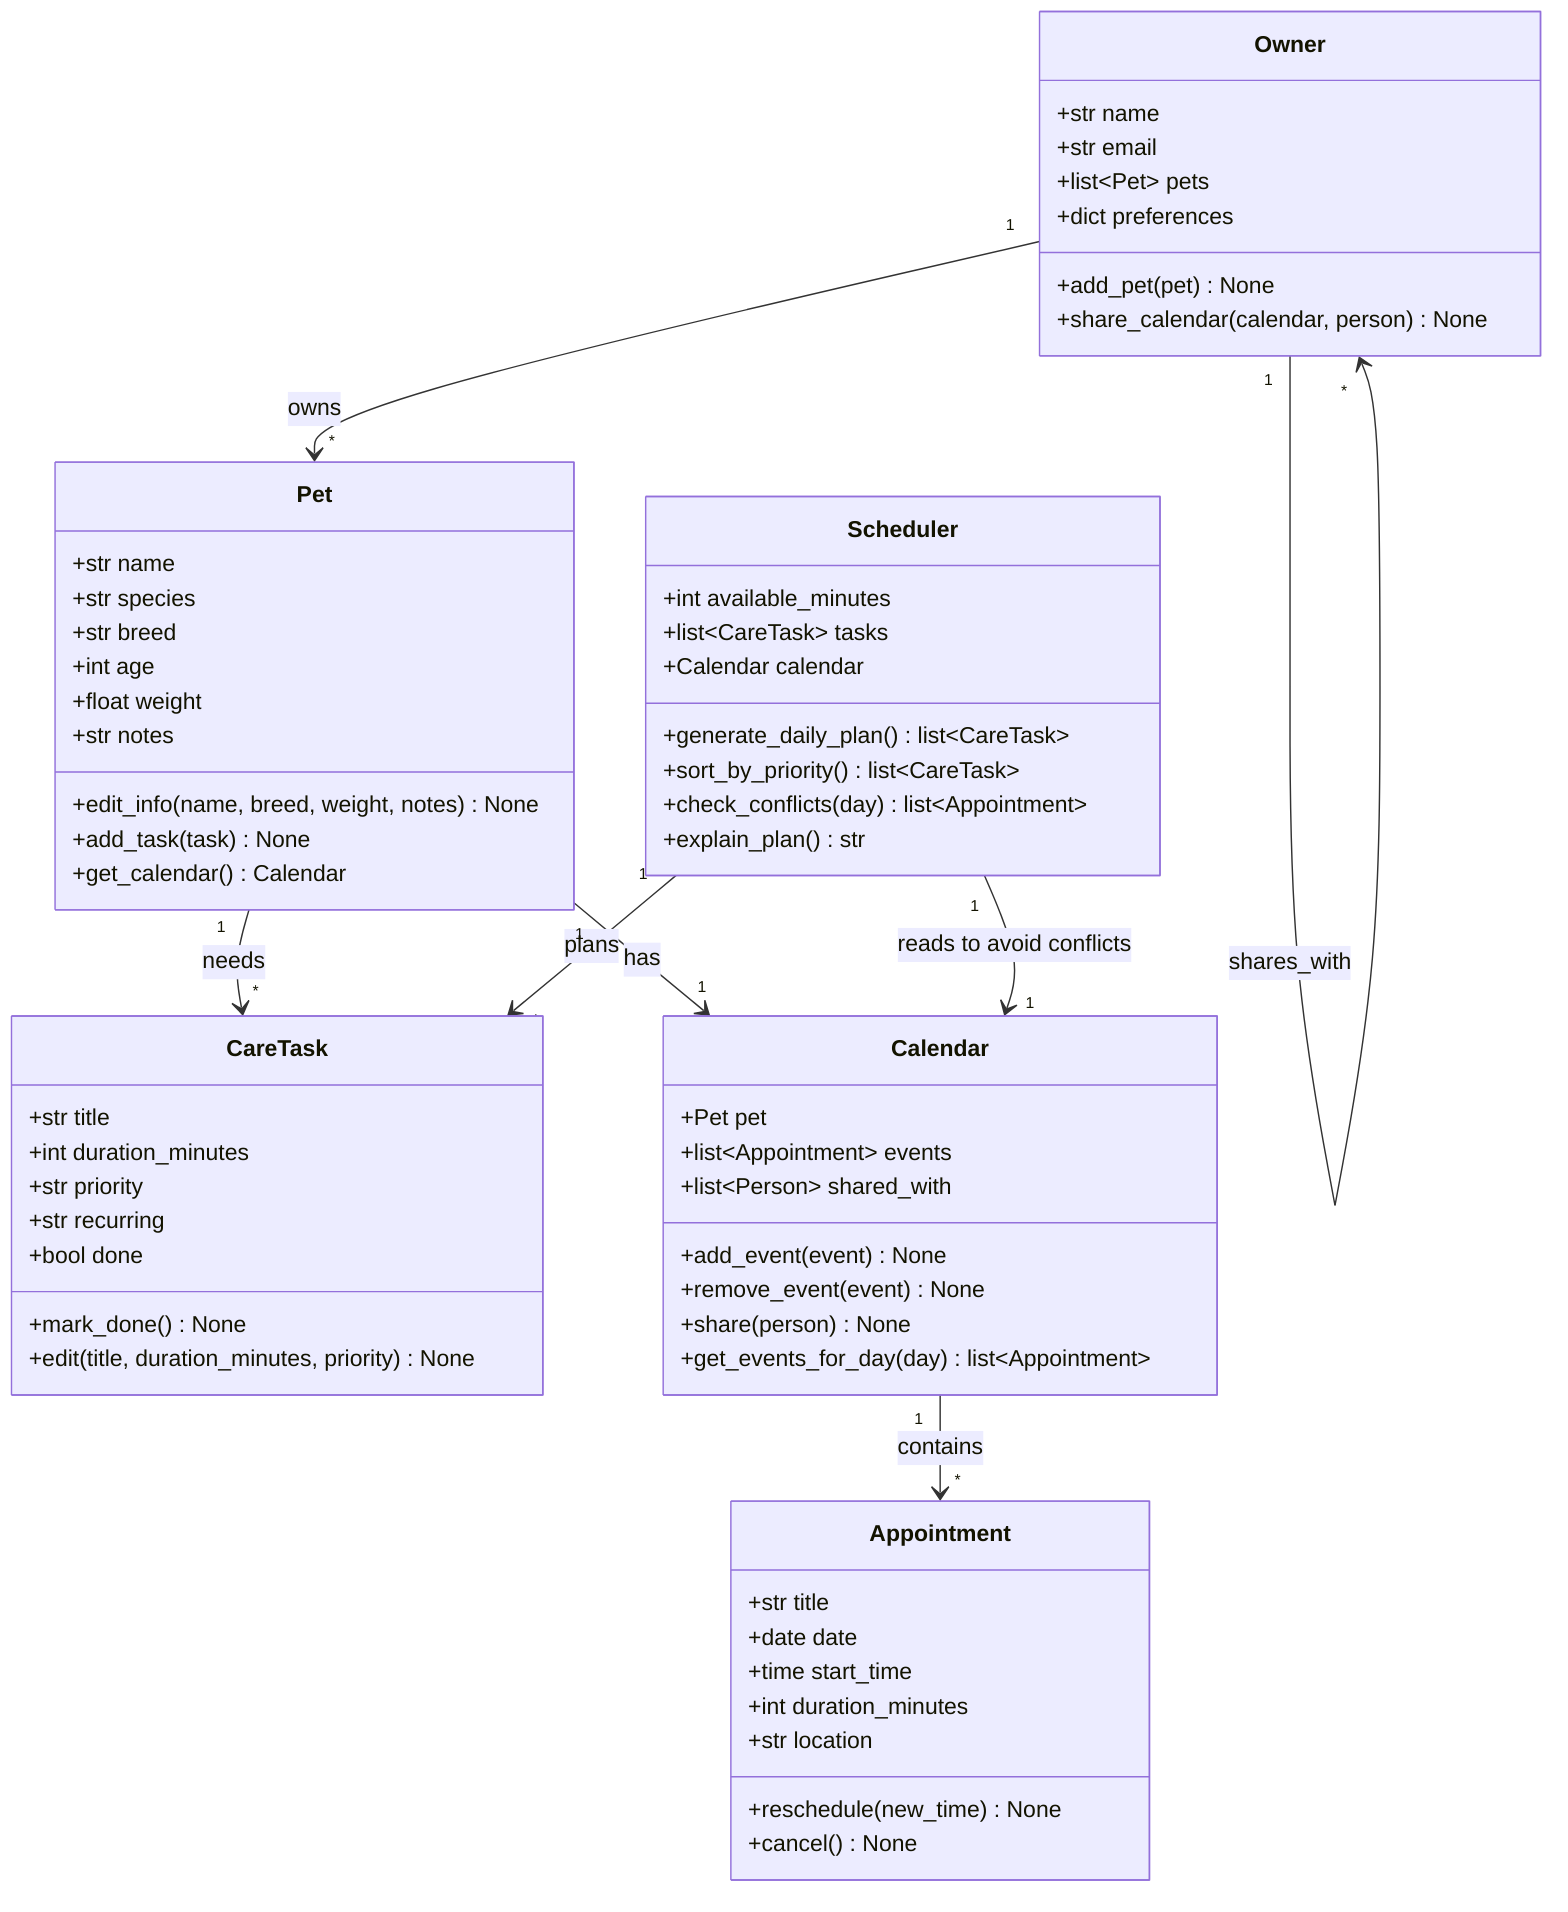
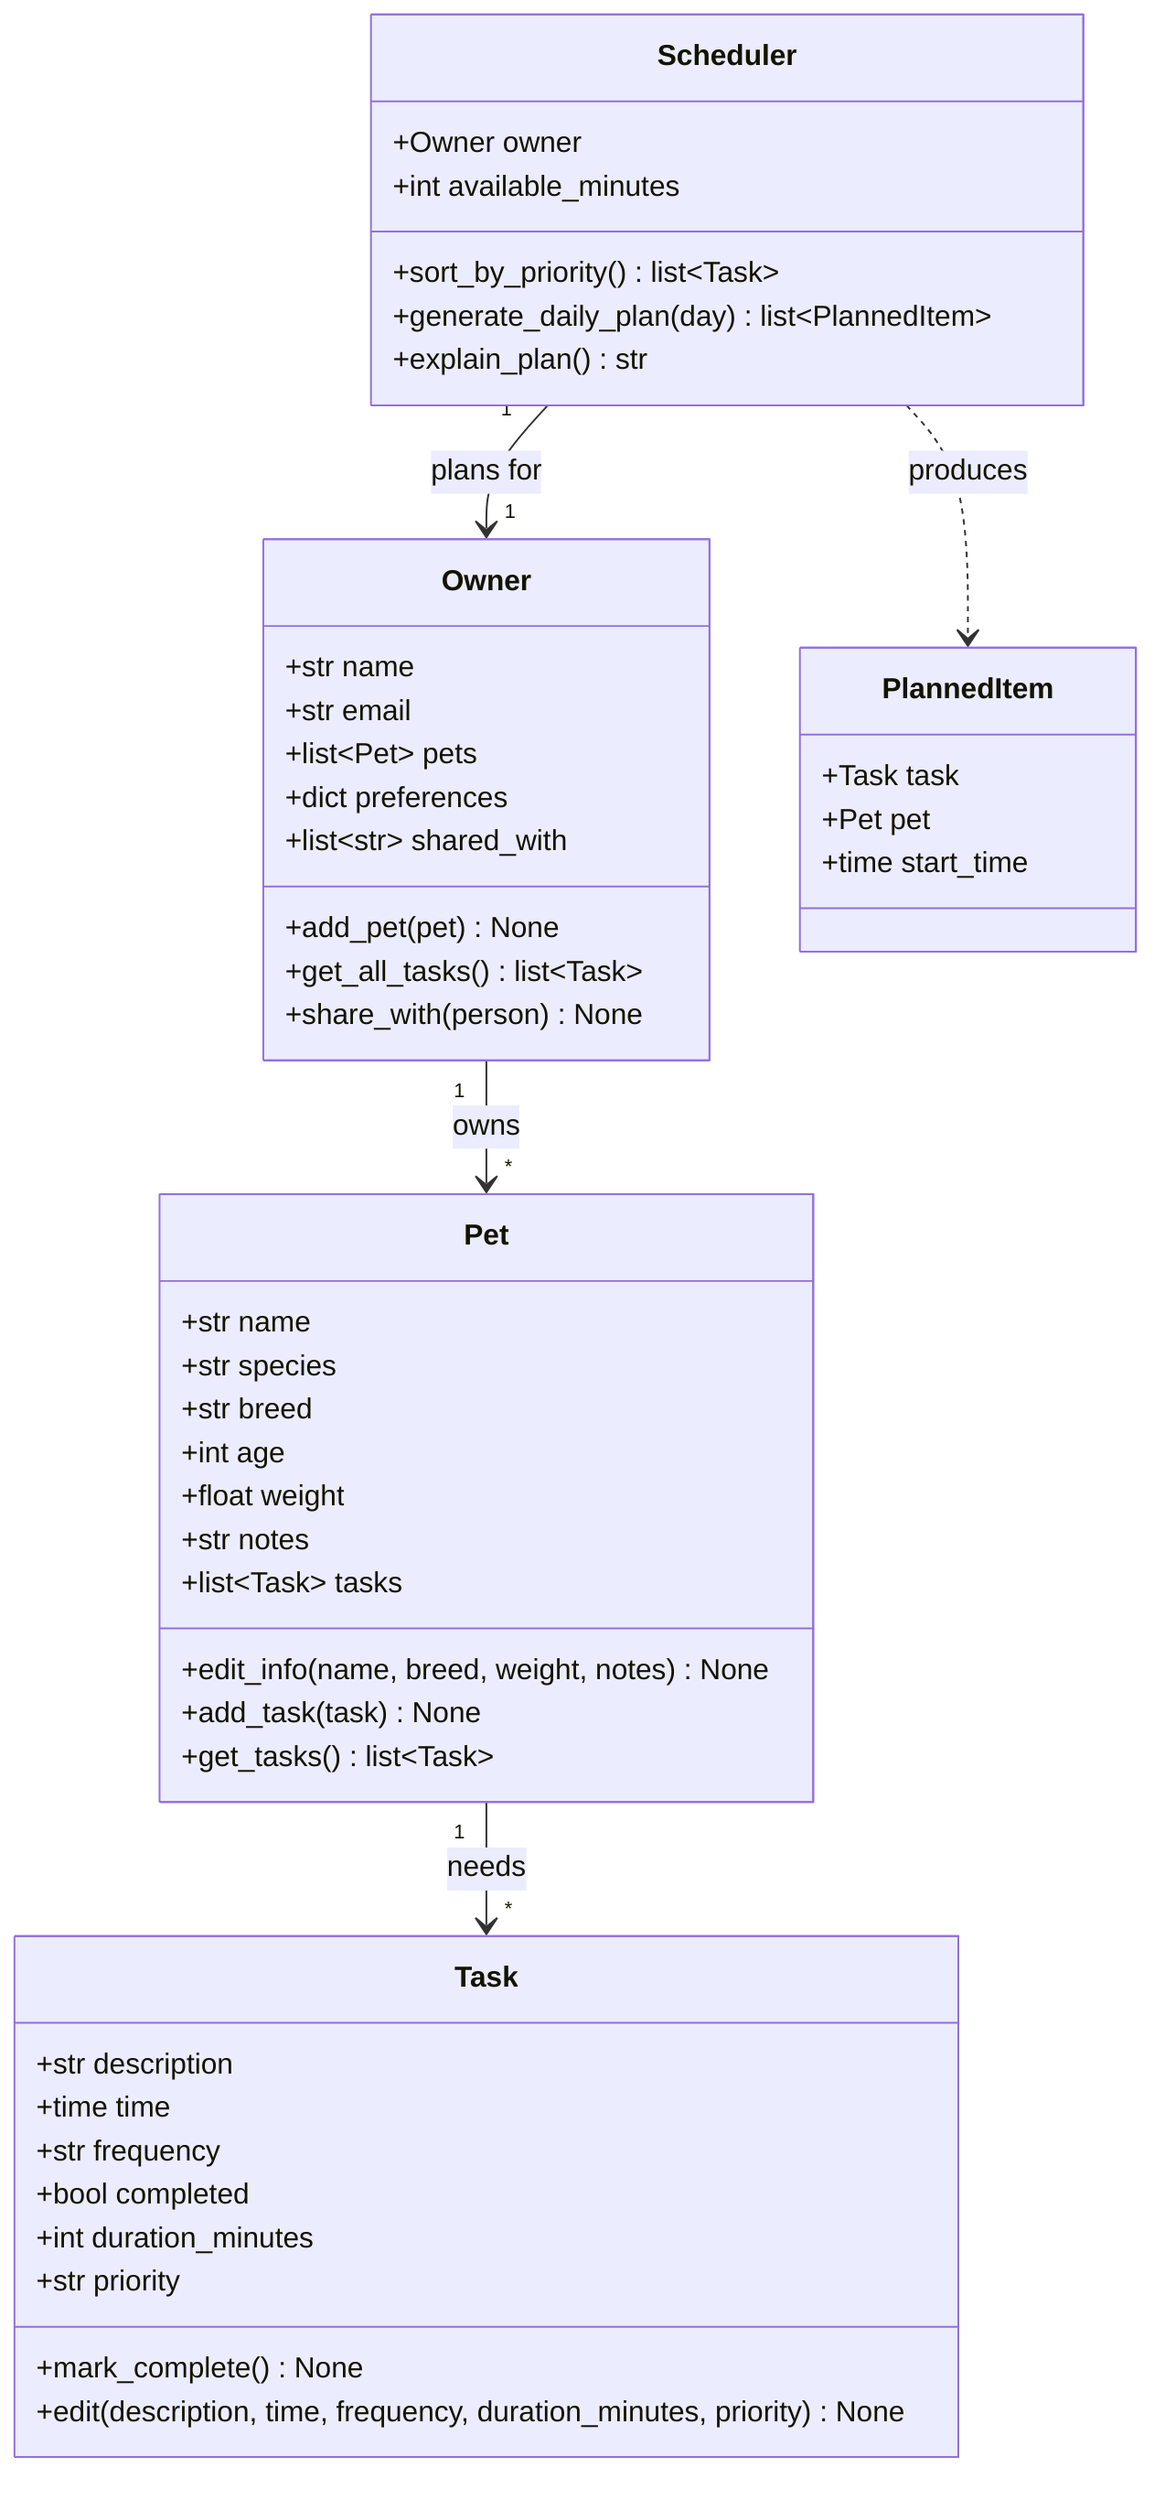
classDiagram
-     %% PawPal+ class diagram
+     %% PawPal+ class diagram — four core classes
    %% Keep this file updated so it matches your final implementation.

-     %% Owner: the person using the app; owns pets and can share calendars
-     class Owner {
-         +str name
-         +str email
-         +list~Pet~ pets
-         +dict preferences
-         +add_pet(pet) None
-         +share_calendar(calendar, person) None
+     %% Task: a single activity — description, time, frequency, completion status.
+     %% A fixed `time` means it's anchored; time = None means the Scheduler places it.
+     class Task {
+         +str description
+         +time time
+         +str frequency
+         +bool completed
+         +int duration_minutes
+         +str priority
+         +mark_complete() None
+         +edit(description, time, frequency, duration_minutes, priority) None
    }

-     %% Pet: the animal being cared for; holds its info, tasks, and calendar
+     %% Pet: pet details plus the list of tasks it needs.
    class Pet {
        +str name
        +str species
        +str breed
        +int age
        +float weight
        +str notes
+         +list~Task~ tasks
        +edit_info(name, breed, weight, notes) None
        +add_task(task) None
-         +get_calendar() Calendar
+         +get_tasks() list~Task~
    }

-     %% CareTask: a recurring chore (walk, feeding) with no fixed time; the Scheduler places it
-     class CareTask {
-         +str title
-         +int duration_minutes
-         +str priority
-         +str recurring
-         +bool done
-         +mark_done() None
-         +edit(title, duration_minutes, priority) None
+     %% Owner: manages multiple pets and provides access to all their tasks.
+     class Owner {
+         +str name
+         +str email
+         +list~Pet~ pets
+         +dict preferences
+         +list~str~ shared_with
+         +add_pet(pet) None
+         +get_all_tasks() list~Task~
+         +share_with(person) None
    }

-     %% Appointment: a one-time event locked to a date/time (vet visit); the Scheduler plans around it
-     class Appointment {
-         +str title
-         +date date
-         +time start_time
-         +int duration_minutes
-         +str location
-         +reschedule(new_time) None
-         +cancel() None
-     }
- 
-     %% Calendar: storage; holds a pet's appointments and who it's shared with
-     class Calendar {
-         +Pet pet
-         +list~Appointment~ events
-         +list~Person~ shared_with
-         +add_event(event) None
-         +remove_event(event) None
-         +share(person) None
-         +get_events_for_day(day) list~Appointment~
-     }
- 
-     %% Scheduler: the brain; builds and explains the daily plan around fixed appointments
+     %% Scheduler: the brain — retrieves, organizes, and plans tasks across pets.
    class Scheduler {
+         +Owner owner
        +int available_minutes
-         +list~CareTask~ tasks
-         +Calendar calendar
-         +generate_daily_plan() list~CareTask~
-         +sort_by_priority() list~CareTask~
-         +check_conflicts(day) list~Appointment~
+         +sort_by_priority() list~Task~
+         +generate_daily_plan(day) list~PlannedItem~
        +explain_plan() str
    }

+     %% PlannedItem: one placed entry in a generated plan (helper record).
+     class PlannedItem {
+         +Task task
+         +Pet pet
+         +time start_time
+     }
+ 
    Owner "1" --> "*" Pet : owns
-     Pet "1" --> "1" Calendar : has
-     Calendar "1" --> "*" Appointment : contains
-     Pet "1" --> "*" CareTask : needs
-     Scheduler "1" --> "*" CareTask : plans
-     Scheduler "1" --> "1" Calendar : reads to avoid conflicts
-     Owner "1" --> "*" Owner : shares_with
+     Pet "1" --> "*" Task : needs
+     Scheduler "1" --> "1" Owner : plans for
+     Scheduler ..> PlannedItem : produces
